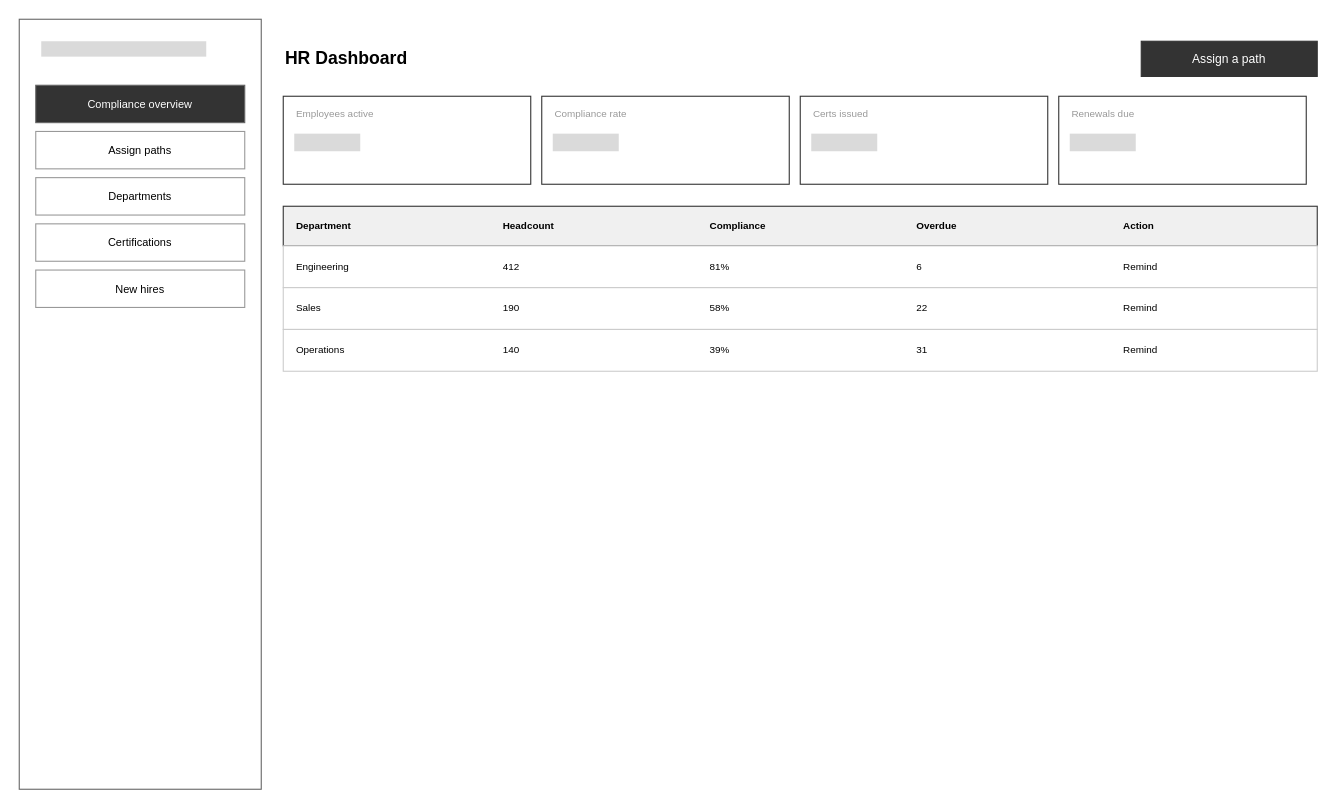
This is page "4 HR Dashboard" (4 of 11) of docs/CourseWebsite_WireDiagram.drawio.xml from ShaniCodeBreaker/Coursify, a draw.io file, before an edit. Source tidied: cells renumbered, new cells numbered last; positions are measured from the earlier drawing's top-left corner, leaving out a move shared by most shapes. Both pictures are drawn from the tidied source at 110%, with x=0, y=0 at pixel (19, 19).
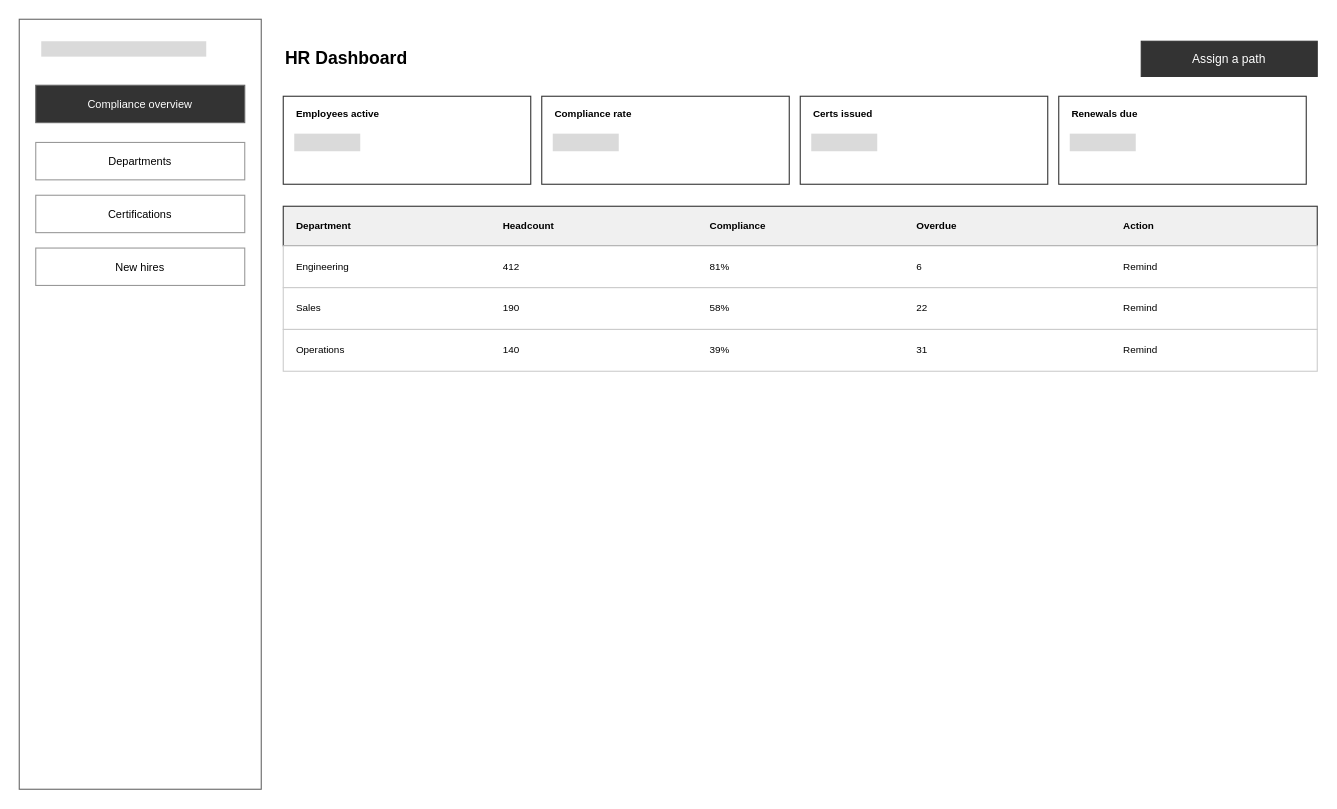
The same page after the edit.

What changed in the source:
```diff
@@
-    <mxCell id="5" value="Assign paths" style="rounded=0;whiteSpace=wrap;html=1;fillColor=#FFFFFF;strokeColor=#666666;fontSize=11;align=center;verticalAlign=middle;fillColor=#FFFFFF;strokeColor=#999999;fontSize=10;" parent="1" vertex="1">
-      <mxGeometry x="15" y="102" width="190" height="34" as="geometry" />
-    </mxCell>
     <mxCell id="6" value="Departments" style="rounded=0;whiteSpace=wrap;html=1;fillColor=#FFFFFF;strokeColor=#666666;fontSize=11;align=center;verticalAlign=middle;fillColor=#FFFFFF;strokeColor=#999999;fontSize=10;" parent="1" vertex="1">
-      <mxGeometry x="15" y="144" width="190" height="34" as="geometry" />
+      <mxGeometry x="15" y="112" width="190" height="34" as="geometry" />
     </mxCell>
     <mxCell id="7" value="Certifications" style="rounded=0;whiteSpace=wrap;html=1;fillColor=#FFFFFF;strokeColor=#666666;fontSize=11;align=center;verticalAlign=middle;fillColor=#FFFFFF;strokeColor=#999999;fontSize=10;" parent="1" vertex="1">
-      <mxGeometry x="15" y="186" width="190" height="34" as="geometry" />
+      <mxGeometry x="15" y="160" width="190" height="34" as="geometry" />
     </mxCell>
     <mxCell id="8" value="New hires" style="rounded=0;whiteSpace=wrap;html=1;fillColor=#FFFFFF;strokeColor=#666666;fontSize=11;align=center;verticalAlign=middle;fillColor=#FFFFFF;strokeColor=#999999;fontSize=10;" parent="1" vertex="1">
-      <mxGeometry x="15" y="228" width="190" height="34" as="geometry" />
+      <mxGeometry x="15" y="208" width="190" height="34" as="geometry" />
     </mxCell>
@@
-    <mxCell id="12" value="Employees active" style="text;html=1;fillColor=none;strokeColor=none;fontSize=12;fontStyle=1;align=left;verticalAlign=middle;fontSize=9;fontStyle=0;fontColor=#999999;" parent="1" vertex="1">
+    <mxCell id="12" value="&lt;b style=&quot;color: light-dark(rgb(0, 0, 0), rgb(18, 18, 18));&quot;&gt;Employees active&lt;/b&gt;" style="text;html=1;fillColor=none;strokeColor=none;fontSize=12;fontStyle=1;align=left;verticalAlign=middle;fontSize=9;fontStyle=0;fontColor=#999999;" parent="1" vertex="1">
       <mxGeometry x="250" y="78" width="205" height="16" as="geometry" />
     </mxCell>
@@
-    <mxCell id="15" value="Compliance rate" style="text;html=1;fillColor=none;strokeColor=none;fontSize=12;fontStyle=1;align=left;verticalAlign=middle;fontSize=9;fontStyle=0;fontColor=#999999;" parent="1" vertex="1">
+    <mxCell id="15" value="&lt;b style=&quot;color: light-dark(rgb(0, 0, 0), rgb(18, 18, 18));&quot;&gt;Compliance rate&lt;/b&gt;" style="text;html=1;fillColor=none;strokeColor=none;fontSize=12;fontStyle=1;align=left;verticalAlign=middle;fontSize=9;fontStyle=0;fontColor=#999999;" parent="1" vertex="1">
       <mxGeometry x="485" y="78" width="205" height="16" as="geometry" />
     </mxCell>
@@
-    <mxCell id="18" value="Certs issued" style="text;html=1;fillColor=none;strokeColor=none;fontSize=12;fontStyle=1;align=left;verticalAlign=middle;fontSize=9;fontStyle=0;fontColor=#999999;" parent="1" vertex="1">
+    <mxCell id="18" value="&lt;b style=&quot;color: light-dark(rgb(0, 0, 0), rgb(18, 18, 18));&quot;&gt;Certs issued&lt;/b&gt;" style="text;html=1;fillColor=none;strokeColor=none;fontSize=12;fontStyle=1;align=left;verticalAlign=middle;fontSize=9;fontStyle=0;fontColor=#999999;" parent="1" vertex="1">
       <mxGeometry x="720" y="78" width="205" height="16" as="geometry" />
     </mxCell>
@@
-    <mxCell id="21" value="Renewals due" style="text;html=1;fillColor=none;strokeColor=none;fontSize=12;fontStyle=1;align=left;verticalAlign=middle;fontSize=9;fontStyle=0;fontColor=#999999;" parent="1" vertex="1">
+    <mxCell id="21" value="&lt;b style=&quot;color: light-dark(rgb(0, 0, 0), rgb(18, 18, 18));&quot;&gt;Renewals due&lt;/b&gt;" style="text;html=1;fillColor=none;strokeColor=none;fontSize=12;fontStyle=1;align=left;verticalAlign=middle;fontSize=9;fontStyle=0;fontColor=#999999;" parent="1" vertex="1">
       <mxGeometry x="955" y="78" width="205" height="16" as="geometry" />
     </mxCell>
```
